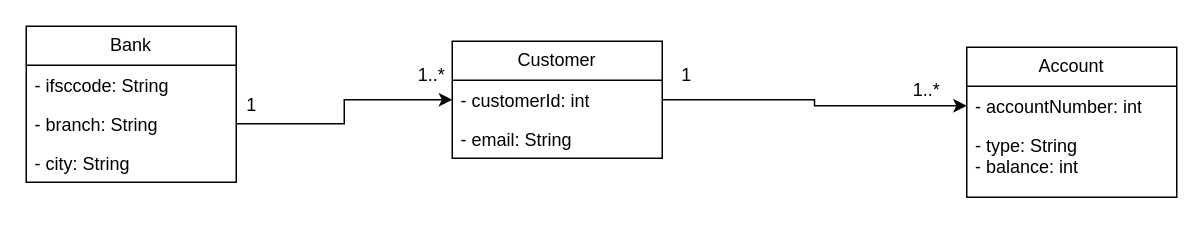
Before: page "Banking Account Management by Claude" (6 of 7) of UML Diagram/WDDemo.drawio in prakashbtech87/aaaaaaaaaaaPrakashDrawIORepo, a draw.io diagram. Source tidied: cells renumbered, new cells numbered last; positions are measured from the earlier drawing's top-left corner, leaving out a move shared by most shapes. Both pictures are drawn from the tidied source at 150%, with x=0, y=0 at pixel (26, 26).
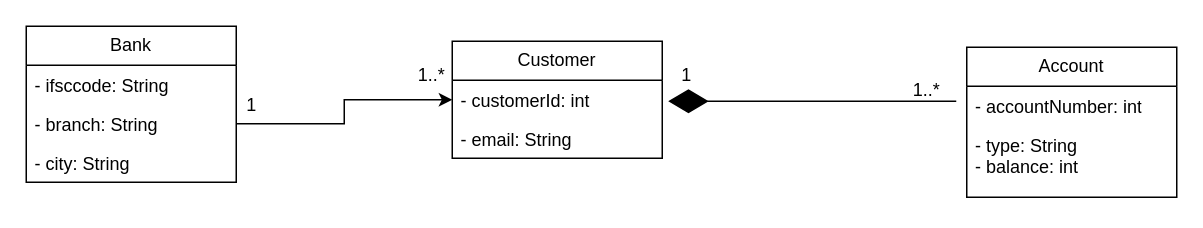
The same diagram, later.

Change to the diagram source:
```diff
@@
 <mxGraphModel>
   <root>
     <mxCell id="0" />
     <mxCell id="1" parent="0" />
     <mxCell id="2" value="Customer" style="swimlane;fontStyle=0;horizontal=1;startSize=26;fillColor=none;whiteSpace=wrap;html=1;" parent="1" vertex="1">
       <mxGeometry x="284" y="10" width="140" height="78" as="geometry" />
     </mxCell>
     <mxCell id="3" value="- customerId: int" style="text;strokeColor=none;fillColor=none;align=left;verticalAlign=top;spacingLeft=4;spacingRight=4;overflow=hidden;points=[[0,0.5],[1,0.5]];portConstraint=eastwest;whiteSpace=wrap;html=1;" parent="2" vertex="1">
       <mxGeometry y="26" width="140" height="26" as="geometry" />
     </mxCell>
     <mxCell id="4" value="- email: String" style="text;strokeColor=none;fillColor=none;align=left;verticalAlign=top;spacingLeft=4;spacingRight=4;overflow=hidden;whiteSpace=wrap;html=1;" parent="2" vertex="1">
       <mxGeometry y="52" width="140" height="26" as="geometry" />
     </mxCell>
     <mxCell id="5" value="Bank" style="swimlane;fontStyle=0;horizontal=1;startSize=26;fillColor=none;whiteSpace=wrap;html=1;" parent="1" vertex="1">
       <mxGeometry width="140" height="104" as="geometry" />
     </mxCell>
     <mxCell id="6" value="- ifsccode: String" style="text;strokeColor=none;fillColor=none;align=left;verticalAlign=top;spacingLeft=4;spacingRight=4;overflow=hidden;whiteSpace=wrap;html=1;" parent="5" vertex="1">
       <mxGeometry y="26" width="140" height="26" as="geometry" />
     </mxCell>
     <mxCell id="7" value="- branch: String" style="text;strokeColor=none;fillColor=none;align=left;verticalAlign=top;spacingLeft=4;spacingRight=4;overflow=hidden;points=[[0,0.5],[1,0.5]];portConstraint=eastwest;whiteSpace=wrap;html=1;" parent="5" vertex="1">
       <mxGeometry y="52" width="140" height="26" as="geometry" />
     </mxCell>
     <mxCell id="8" value="- city: String" style="text;strokeColor=none;fillColor=none;align=left;verticalAlign=top;spacingLeft=4;spacingRight=4;overflow=hidden;whiteSpace=wrap;html=1;" parent="5" vertex="1">
       <mxGeometry y="78" width="140" height="26" as="geometry" />
     </mxCell>
     <mxCell id="9" value="Account" style="swimlane;fontStyle=0;horizontal=1;startSize=26;fillColor=none;whiteSpace=wrap;html=1;" parent="1" vertex="1">
       <mxGeometry x="627" y="14" width="140" height="100" as="geometry" />
     </mxCell>
     <mxCell id="10" value="- accountNumber: int" style="text;strokeColor=none;fillColor=none;align=left;verticalAlign=top;spacingLeft=4;spacingRight=4;overflow=hidden;points=[[0,0.5],[1,0.5]];portConstraint=eastwest;whiteSpace=wrap;html=1;" parent="9" vertex="1">
       <mxGeometry y="26" width="140" height="26" as="geometry" />
     </mxCell>
     <mxCell id="11" value="- type: String&lt;div&gt;- balance: int&lt;/div&gt;" style="text;strokeColor=none;fillColor=none;align=left;verticalAlign=top;spacingLeft=4;spacingRight=4;overflow=hidden;whiteSpace=wrap;html=1;" parent="9" vertex="1">
       <mxGeometry y="52" width="140" height="48" as="geometry" />
     </mxCell>
     <mxCell id="12" style="edgeStyle=orthogonalEdgeStyle;rounded=0;jettySize=auto;html=1;entryX=0;entryY=0.5;entryDx=0;entryDy=0;" parent="1" edge="1" source="7" target="3">
       <mxGeometry relative="1" as="geometry" />
     </mxCell>
     <mxCell id="13" value="1" style="text;html=1;align=center;verticalAlign=middle;strokeColor=none;fillColor=none;" parent="1" vertex="1">
       <mxGeometry x="135" y="38" width="30" height="30" as="geometry" />
     </mxCell>
     <mxCell id="14" value="1..*" style="text;html=1;align=center;verticalAlign=middle;strokeColor=none;fillColor=none;" parent="1" vertex="1">
       <mxGeometry x="250" y="18" width="40" height="30" as="geometry" />
     </mxCell>
-    <mxCell id="15" style="edgeStyle=orthogonalEdgeStyle;rounded=0;jettySize=auto;html=1;entryX=0;entryY=0.5;entryDx=0;entryDy=0;" parent="1" edge="1" source="3" target="10">
-      <mxGeometry relative="1" as="geometry" />
-    </mxCell>
     <mxCell id="16" value="1" style="text;html=1;align=center;verticalAlign=middle;strokeColor=none;fillColor=none;" parent="1" vertex="1">
       <mxGeometry x="425" y="18" width="30" height="30" as="geometry" />
     </mxCell>
     <mxCell id="17" value="1..*" style="text;html=1;align=center;verticalAlign=middle;strokeColor=none;fillColor=none;" parent="1" vertex="1">
       <mxGeometry x="580" y="28" width="40" height="30" as="geometry" />
     </mxCell>
+    <mxCell id="18" style="endArrow=diamondThin;endFill=1;endSize=24;html=1;rounded=0;" parent="1" edge="1">
+      <mxGeometry relative="1" as="geometry">
+        <mxPoint x="620" y="50" as="sourcePoint" />
+        <mxPoint x="428" y="50" as="targetPoint" />
+      </mxGeometry>
+    </mxCell>
   </root>
 </mxGraphModel>
```
